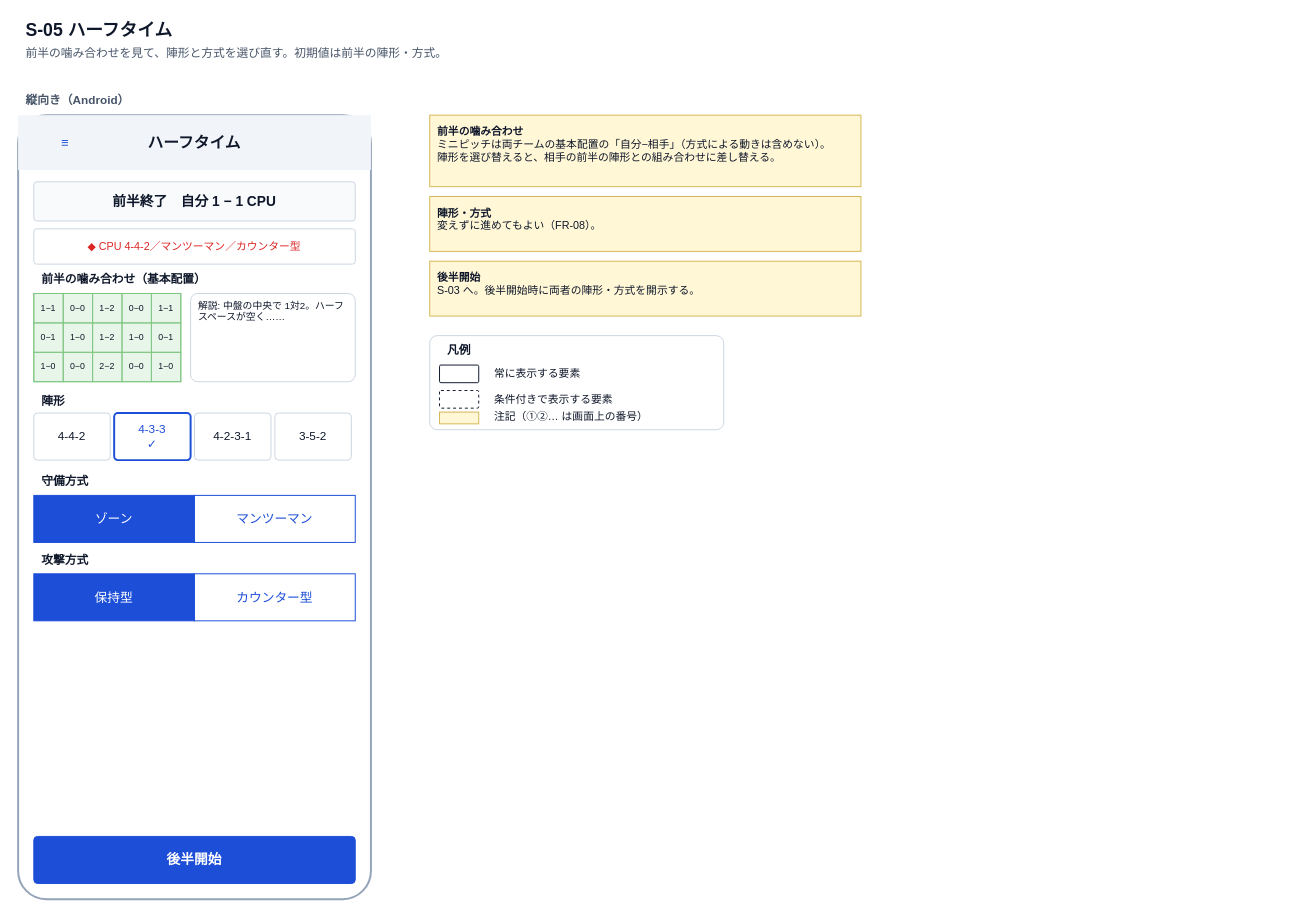
Before: page "wireframe-s05-halftime" (5 of 12) of docs/specs/2_basic-design/wireframes.drawio in n-yata/soccer-sim, a draw.io diagram. Source tidied: cells renumbered, new cells numbered last; positions are measured from the earlier drawing's top-left corner, leaving out a move shared by most shapes. Both pictures are drawn from the tidied source at 98%, with x=0, y=0 at pixel (18, 17).
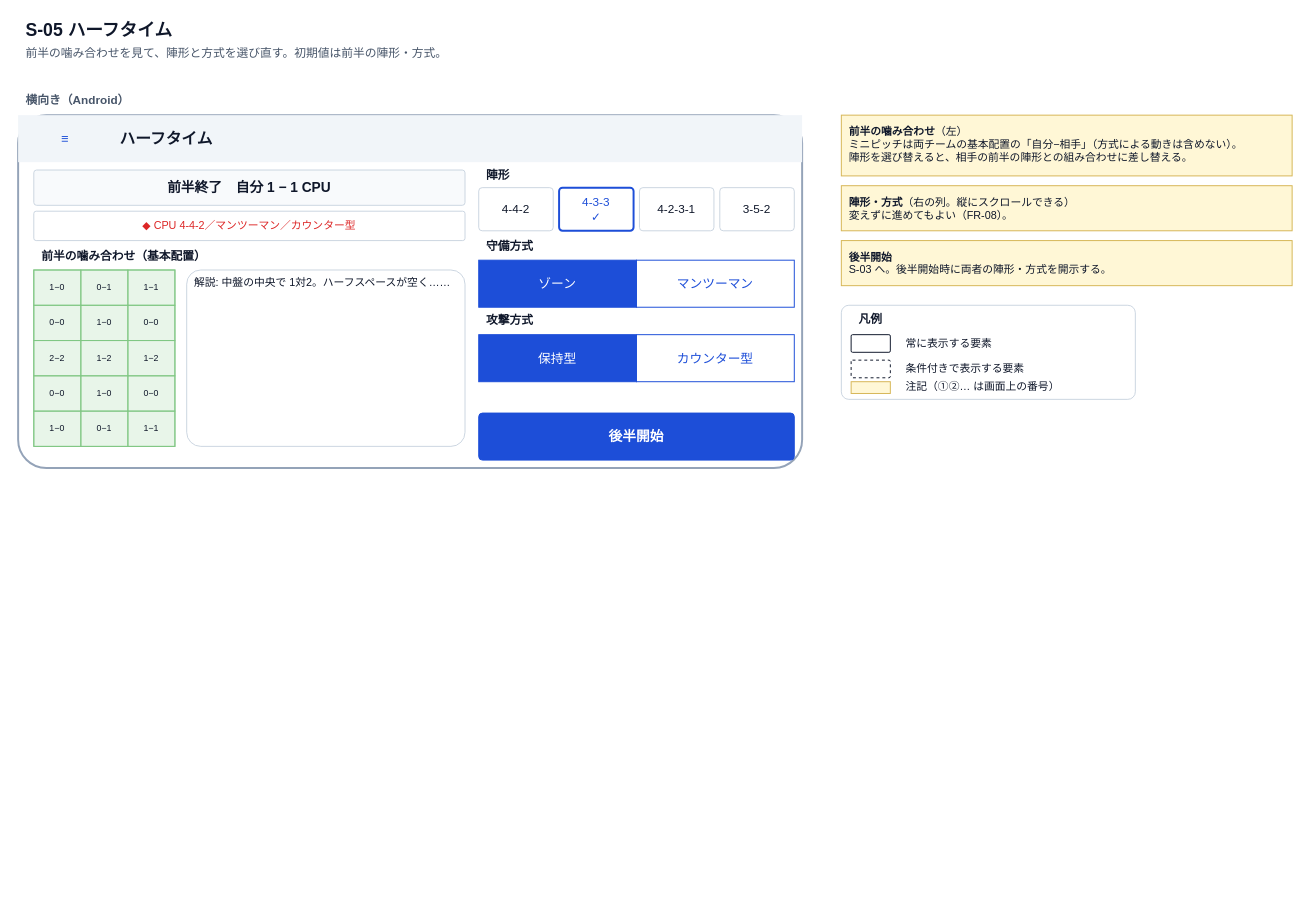
After the change.

Change to the diagram source:
```diff
@@
-    <mxCell id="4" value="縦向き（Android）" style="rounded=0;arcSize=8;whiteSpace=wrap;html=1;fillColor=none;strokeColor=none;fontSize=12;fontColor=#475569;align=left;verticalAlign=middle;spacingLeft=6;spacingRight=6;fontStyle=1;" parent="1" vertex="1">
-      <mxGeometry y="74" width="360" height="22" as="geometry" />
+    <mxCell id="4" value="横向き（Android）" style="rounded=0;arcSize=8;whiteSpace=wrap;html=1;fillColor=none;strokeColor=none;fontSize=12;fontColor=#475569;align=left;verticalAlign=middle;spacingLeft=6;spacingRight=6;fontStyle=1;" parent="1" vertex="1">
+      <mxGeometry y="74" width="800" height="22" as="geometry" />
     </mxCell>
     <mxCell id="5" style="rounded=1;arcSize=8;whiteSpace=wrap;html=1;fillColor=#FFFFFF;strokeColor=#94A3B8;fontSize=12;fontColor=#0F172A;align=center;verticalAlign=middle;spacingLeft=6;spacingRight=6;strokeWidth=2;" parent="1" vertex="1">
-      <mxGeometry y="100" width="360" height="800" as="geometry" />
+      <mxGeometry y="100" width="800" height="360" as="geometry" />
     </mxCell>
     <mxCell id="6" style="rounded=0;arcSize=8;whiteSpace=wrap;html=1;fillColor=#F1F5F9;strokeColor=none;fontSize=12;fontColor=#0F172A;align=center;verticalAlign=middle;spacingLeft=6;spacingRight=6;" parent="1" vertex="1">
-      <mxGeometry y="100" width="360" height="56" as="geometry" />
+      <mxGeometry y="100" width="800" height="48" as="geometry" />
     </mxCell>
     <mxCell id="7" value="≡" style="rounded=1;arcSize=8;whiteSpace=wrap;html=1;fillColor=none;strokeColor=none;fontSize=13;fontColor=#1D4ED8;align=center;verticalAlign=middle;spacingLeft=6;spacingRight=6;" parent="1" vertex="1">
-      <mxGeometry x="8" y="108" width="80" height="40" as="geometry" />
+      <mxGeometry x="8" y="104" width="80" height="40" as="geometry" />
     </mxCell>
-    <mxCell id="8" value="ハーフタイム" style="rounded=0;arcSize=8;whiteSpace=wrap;html=1;fillColor=none;strokeColor=none;fontSize=16;fontColor=#0F172A;align=center;verticalAlign=middle;spacingLeft=6;spacingRight=6;fontStyle=1;" parent="1" vertex="1">
-      <mxGeometry x="90" y="108" width="180" height="40" as="geometry" />
+    <mxCell id="8" value="ハーフタイム" style="rounded=0;arcSize=8;whiteSpace=wrap;html=1;fillColor=none;strokeColor=none;fontSize=16;fontColor=#0F172A;align=left;verticalAlign=middle;spacingLeft=6;spacingRight=6;fontStyle=1;" parent="1" vertex="1">
+      <mxGeometry x="96" y="104" width="400" height="40" as="geometry" />
     </mxCell>
     <mxCell id="9" value="&lt;b&gt;前半終了　自分 1 − 1 CPU&lt;/b&gt;" style="rounded=1;arcSize=8;whiteSpace=wrap;html=1;fillColor=#F8FAFC;strokeColor=#CBD5E1;fontSize=14;fontColor=#0F172A;align=center;verticalAlign=middle;spacingLeft=6;spacingRight=6;" parent="1" vertex="1">
-      <mxGeometry x="16" y="168" width="328" height="40" as="geometry" />
+      <mxGeometry x="16" y="156" width="440" height="36" as="geometry" />
     </mxCell>
     <mxCell id="10" value="&lt;span style='color:#DC2626'&gt;◆ CPU 4-4-2／マンツーマン／カウンター型&lt;/span&gt;" style="rounded=1;arcSize=8;whiteSpace=wrap;html=1;fillColor=#FFFFFF;strokeColor=#CBD5E1;fontSize=11;fontColor=#0F172A;align=center;verticalAlign=middle;spacingLeft=6;spacingRight=6;" parent="1" vertex="1">
-      <mxGeometry x="16" y="216" width="328" height="36" as="geometry" />
+      <mxGeometry x="16" y="198" width="440" height="30" as="geometry" />
     </mxCell>
     <mxCell id="11" value="前半の噛み合わせ（基本配置）" style="rounded=0;arcSize=8;whiteSpace=wrap;html=1;fillColor=none;strokeColor=none;fontSize=12;fontColor=#0F172A;align=left;verticalAlign=middle;spacingLeft=6;spacingRight=6;fontStyle=1;" parent="1" vertex="1">
-      <mxGeometry x="16" y="258" width="300" height="20" as="geometry" />
+      <mxGeometry x="16" y="234" width="300" height="20" as="geometry" />
     </mxCell>
     <mxCell id="12" style="rounded=0;arcSize=8;whiteSpace=wrap;html=1;fillColor=#E8F5E9;strokeColor=#81C784;fontSize=12;fontColor=#0F172A;align=center;verticalAlign=middle;spacingLeft=6;spacingRight=6;" parent="1" vertex="1">
-      <mxGeometry x="16" y="282" width="150" height="90" as="geometry" />
+      <mxGeometry x="16" y="258" width="144" height="180" as="geometry" />
     </mxCell>
-    <mxCell id="13" value="1−1" style="rounded=0;arcSize=8;whiteSpace=wrap;html=1;fillColor=none;strokeColor=#81C784;fontSize=9;fontColor=#0F172A;align=center;verticalAlign=middle;spacingLeft=6;spacingRight=6;" parent="1" vertex="1">
-      <mxGeometry x="16" y="282" width="30" height="30" as="geometry" />
+    <mxCell id="13" value="1−0" style="rounded=0;arcSize=8;whiteSpace=wrap;html=1;fillColor=none;strokeColor=#81C784;fontSize=9;fontColor=#0F172A;align=center;verticalAlign=middle;spacingLeft=6;spacingRight=6;" parent="1" vertex="1">
+      <mxGeometry x="16" y="258" width="48" height="36" as="geometry" />
     </mxCell>
     <mxCell id="14" value="0−0" style="rounded=0;arcSize=8;whiteSpace=wrap;html=1;fillColor=none;strokeColor=#81C784;fontSize=9;fontColor=#0F172A;align=center;verticalAlign=middle;spacingLeft=6;spacingRight=6;" parent="1" vertex="1">
-      <mxGeometry x="46" y="282" width="30" height="30" as="geometry" />
+      <mxGeometry x="16" y="294" width="48" height="36" as="geometry" />
     </mxCell>
-    <mxCell id="15" value="1−2" style="rounded=0;arcSize=8;whiteSpace=wrap;html=1;fillColor=none;strokeColor=#81C784;fontSize=9;fontColor=#0F172A;align=center;verticalAlign=middle;spacingLeft=6;spacingRight=6;" parent="1" vertex="1">
-      <mxGeometry x="76" y="282" width="30" height="30" as="geometry" />
+    <mxCell id="15" value="2−2" style="rounded=0;arcSize=8;whiteSpace=wrap;html=1;fillColor=none;strokeColor=#81C784;fontSize=9;fontColor=#0F172A;align=center;verticalAlign=middle;spacingLeft=6;spacingRight=6;" parent="1" vertex="1">
+      <mxGeometry x="16" y="330" width="48" height="36" as="geometry" />
     </mxCell>
     <mxCell id="16" value="0−0" style="rounded=0;arcSize=8;whiteSpace=wrap;html=1;fillColor=none;strokeColor=#81C784;fontSize=9;fontColor=#0F172A;align=center;verticalAlign=middle;spacingLeft=6;spacingRight=6;" parent="1" vertex="1">
-      <mxGeometry x="106" y="282" width="30" height="30" as="geometry" />
+      <mxGeometry x="16" y="366" width="48" height="36" as="geometry" />
     </mxCell>
-    <mxCell id="17" value="1−1" style="rounded=0;arcSize=8;whiteSpace=wrap;html=1;fillColor=none;strokeColor=#81C784;fontSize=9;fontColor=#0F172A;align=center;verticalAlign=middle;spacingLeft=6;spacingRight=6;" parent="1" vertex="1">
-      <mxGeometry x="136" y="282" width="30" height="30" as="geometry" />
+    <mxCell id="17" value="1−0" style="rounded=0;arcSize=8;whiteSpace=wrap;html=1;fillColor=none;strokeColor=#81C784;fontSize=9;fontColor=#0F172A;align=center;verticalAlign=middle;spacingLeft=6;spacingRight=6;" parent="1" vertex="1">
+      <mxGeometry x="16" y="402" width="48" height="36" as="geometry" />
     </mxCell>
     <mxCell id="18" value="0−1" style="rounded=0;arcSize=8;whiteSpace=wrap;html=1;fillColor=none;strokeColor=#81C784;fontSize=9;fontColor=#0F172A;align=center;verticalAlign=middle;spacingLeft=6;spacingRight=6;" parent="1" vertex="1">
-      <mxGeometry x="16" y="312" width="30" height="30" as="geometry" />
+      <mxGeometry x="64" y="258" width="48" height="36" as="geometry" />
     </mxCell>
     <mxCell id="19" value="1−0" style="rounded=0;arcSize=8;whiteSpace=wrap;html=1;fillColor=none;strokeColor=#81C784;fontSize=9;fontColor=#0F172A;align=center;verticalAlign=middle;spacingLeft=6;spacingRight=6;" parent="1" vertex="1">
-      <mxGeometry x="46" y="312" width="30" height="30" as="geometry" />
+      <mxGeometry x="64" y="294" width="48" height="36" as="geometry" />
     </mxCell>
     <mxCell id="20" value="1−2" style="rounded=0;arcSize=8;whiteSpace=wrap;html=1;fillColor=none;strokeColor=#81C784;fontSize=9;fontColor=#0F172A;align=center;verticalAlign=middle;spacingLeft=6;spacingRight=6;" parent="1" vertex="1">
-      <mxGeometry x="76" y="312" width="30" height="30" as="geometry" />
+      <mxGeometry x="64" y="330" width="48" height="36" as="geometry" />
     </mxCell>
     <mxCell id="21" value="1−0" style="rounded=0;arcSize=8;whiteSpace=wrap;html=1;fillColor=none;strokeColor=#81C784;fontSize=9;fontColor=#0F172A;align=center;verticalAlign=middle;spacingLeft=6;spacingRight=6;" parent="1" vertex="1">
-      <mxGeometry x="106" y="312" width="30" height="30" as="geometry" />
+      <mxGeometry x="64" y="366" width="48" height="36" as="geometry" />
     </mxCell>
     <mxCell id="22" value="0−1" style="rounded=0;arcSize=8;whiteSpace=wrap;html=1;fillColor=none;strokeColor=#81C784;fontSize=9;fontColor=#0F172A;align=center;verticalAlign=middle;spacingLeft=6;spacingRight=6;" parent="1" vertex="1">
-      <mxGeometry x="136" y="312" width="30" height="30" as="geometry" />
+      <mxGeometry x="64" y="402" width="48" height="36" as="geometry" />
     </mxCell>
-    <mxCell id="23" value="1−0" style="rounded=0;arcSize=8;whiteSpace=wrap;html=1;fillColor=none;strokeColor=#81C784;fontSize=9;fontColor=#0F172A;align=center;verticalAlign=middle;spacingLeft=6;spacingRight=6;" parent="1" vertex="1">
-      <mxGeometry x="16" y="342" width="30" height="30" as="geometry" />
+    <mxCell id="23" value="1−1" style="rounded=0;arcSize=8;whiteSpace=wrap;html=1;fillColor=none;strokeColor=#81C784;fontSize=9;fontColor=#0F172A;align=center;verticalAlign=middle;spacingLeft=6;spacingRight=6;" parent="1" vertex="1">
+      <mxGeometry x="112" y="258" width="48" height="36" as="geometry" />
     </mxCell>
     <mxCell id="24" value="0−0" style="rounded=0;arcSize=8;whiteSpace=wrap;html=1;fillColor=none;strokeColor=#81C784;fontSize=9;fontColor=#0F172A;align=center;verticalAlign=middle;spacingLeft=6;spacingRight=6;" parent="1" vertex="1">
-      <mxGeometry x="46" y="342" width="30" height="30" as="geometry" />
+      <mxGeometry x="112" y="294" width="48" height="36" as="geometry" />
     </mxCell>
-    <mxCell id="25" value="2−2" style="rounded=0;arcSize=8;whiteSpace=wrap;html=1;fillColor=none;strokeColor=#81C784;fontSize=9;fontColor=#0F172A;align=center;verticalAlign=middle;spacingLeft=6;spacingRight=6;" parent="1" vertex="1">
-      <mxGeometry x="76" y="342" width="30" height="30" as="geometry" />
+    <mxCell id="25" value="1−2" style="rounded=0;arcSize=8;whiteSpace=wrap;html=1;fillColor=none;strokeColor=#81C784;fontSize=9;fontColor=#0F172A;align=center;verticalAlign=middle;spacingLeft=6;spacingRight=6;" parent="1" vertex="1">
+      <mxGeometry x="112" y="330" width="48" height="36" as="geometry" />
     </mxCell>
     <mxCell id="26" value="0−0" style="rounded=0;arcSize=8;whiteSpace=wrap;html=1;fillColor=none;strokeColor=#81C784;fontSize=9;fontColor=#0F172A;align=center;verticalAlign=middle;spacingLeft=6;spacingRight=6;" parent="1" vertex="1">
-      <mxGeometry x="106" y="342" width="30" height="30" as="geometry" />
+      <mxGeometry x="112" y="366" width="48" height="36" as="geometry" />
     </mxCell>
-    <mxCell id="27" value="1−0" style="rounded=0;arcSize=8;whiteSpace=wrap;html=1;fillColor=none;strokeColor=#81C784;fontSize=9;fontColor=#0F172A;align=center;verticalAlign=middle;spacingLeft=6;spacingRight=6;" parent="1" vertex="1">
-      <mxGeometry x="136" y="342" width="30" height="30" as="geometry" />
+    <mxCell id="27" value="1−1" style="rounded=0;arcSize=8;whiteSpace=wrap;html=1;fillColor=none;strokeColor=#81C784;fontSize=9;fontColor=#0F172A;align=center;verticalAlign=middle;spacingLeft=6;spacingRight=6;" parent="1" vertex="1">
+      <mxGeometry x="112" y="402" width="48" height="36" as="geometry" />
     </mxCell>
-    <mxCell id="28" value="解説: 中盤の中央で 1対2。ハーフスペースが空く……" style="rounded=1;arcSize=8;whiteSpace=wrap;html=1;fillColor=#FFFFFF;strokeColor=#CBD5E1;fontSize=10;fontColor=#0F172A;align=left;verticalAlign=top;spacingLeft=6;spacingRight=6;" parent="1" vertex="1">
-      <mxGeometry x="176" y="282" width="168" height="90" as="geometry" />
+    <mxCell id="28" value="解説: 中盤の中央で 1対2。ハーフスペースが空く……" style="rounded=1;arcSize=8;whiteSpace=wrap;html=1;fillColor=#FFFFFF;strokeColor=#CBD5E1;fontSize=11;fontColor=#0F172A;align=left;verticalAlign=top;spacingLeft=6;spacingRight=6;" parent="1" vertex="1">
+      <mxGeometry x="172" y="258" width="284" height="180" as="geometry" />
     </mxCell>
     <mxCell id="29" value="陣形" style="rounded=0;arcSize=8;whiteSpace=wrap;html=1;fillColor=none;strokeColor=none;fontSize=12;fontColor=#0F172A;align=left;verticalAlign=middle;spacingLeft=6;spacingRight=6;fontStyle=1;" parent="1" vertex="1">
-      <mxGeometry x="16" y="382" width="200" height="20" as="geometry" />
+      <mxGeometry x="470" y="152" width="200" height="20" as="geometry" />
     </mxCell>
     <mxCell id="30" value="4-4-2" style="rounded=1;arcSize=8;whiteSpace=wrap;html=1;fillColor=#FFFFFF;strokeColor=#CBD5E1;fontSize=12;fontColor=#0F172A;align=center;verticalAlign=middle;spacingLeft=6;spacingRight=6;" parent="1" vertex="1">
-      <mxGeometry x="16" y="404" width="78" height="48" as="geometry" />
+      <mxGeometry x="470" y="174" width="76" height="44" as="geometry" />
     </mxCell>
     <mxCell id="31" value="4-3-3&lt;br&gt;✓" style="rounded=1;arcSize=8;whiteSpace=wrap;html=1;fillColor=#FFFFFF;strokeColor=#1D4ED8;fontSize=12;fontColor=#1D4ED8;align=center;verticalAlign=middle;spacingLeft=6;spacingRight=6;strokeWidth=2;" parent="1" vertex="1">
-      <mxGeometry x="98" y="404" width="78" height="48" as="geometry" />
+      <mxGeometry x="552" y="174" width="76" height="44" as="geometry" />
     </mxCell>
     <mxCell id="32" value="4-2-3-1" style="rounded=1;arcSize=8;whiteSpace=wrap;html=1;fillColor=#FFFFFF;strokeColor=#CBD5E1;fontSize=12;fontColor=#0F172A;align=center;verticalAlign=middle;spacingLeft=6;spacingRight=6;" parent="1" vertex="1">
-      <mxGeometry x="180" y="404" width="78" height="48" as="geometry" />
+      <mxGeometry x="634" y="174" width="76" height="44" as="geometry" />
     </mxCell>
     <mxCell id="33" value="3-5-2" style="rounded=1;arcSize=8;whiteSpace=wrap;html=1;fillColor=#FFFFFF;strokeColor=#CBD5E1;fontSize=12;fontColor=#0F172A;align=center;verticalAlign=middle;spacingLeft=6;spacingRight=6;" parent="1" vertex="1">
-      <mxGeometry x="262" y="404" width="78" height="48" as="geometry" />
+      <mxGeometry x="716" y="174" width="76" height="44" as="geometry" />
     </mxCell>
     <mxCell id="34" value="守備方式" style="rounded=0;arcSize=8;whiteSpace=wrap;html=1;fillColor=none;strokeColor=none;fontSize=12;fontColor=#0F172A;align=left;verticalAlign=middle;spacingLeft=6;spacingRight=6;fontStyle=1;" parent="1" vertex="1">
-      <mxGeometry x="16" y="464" width="328" height="20" as="geometry" />
+      <mxGeometry x="470" y="224" width="322" height="20" as="geometry" />
     </mxCell>
     <mxCell id="35" value="ゾーン" style="rounded=0;arcSize=8;whiteSpace=wrap;html=1;fillColor=#1D4ED8;strokeColor=#1D4ED8;fontSize=13;fontColor=#FFFFFF;align=center;verticalAlign=middle;spacingLeft=6;spacingRight=6;" parent="1" vertex="1">
-      <mxGeometry x="16" y="488" width="164" height="48" as="geometry" />
+      <mxGeometry x="470" y="248" width="161" height="48" as="geometry" />
     </mxCell>
     <mxCell id="36" value="マンツーマン" style="rounded=0;arcSize=8;whiteSpace=wrap;html=1;fillColor=#FFFFFF;strokeColor=#1D4ED8;fontSize=13;fontColor=#1D4ED8;align=center;verticalAlign=middle;spacingLeft=6;spacingRight=6;" parent="1" vertex="1">
-      <mxGeometry x="180" y="488" width="164" height="48" as="geometry" />
+      <mxGeometry x="631" y="248" width="161" height="48" as="geometry" />
     </mxCell>
     <mxCell id="37" value="攻撃方式" style="rounded=0;arcSize=8;whiteSpace=wrap;html=1;fillColor=none;strokeColor=none;fontSize=12;fontColor=#0F172A;align=left;verticalAlign=middle;spacingLeft=6;spacingRight=6;fontStyle=1;" parent="1" vertex="1">
-      <mxGeometry x="16" y="544" width="328" height="20" as="geometry" />
+      <mxGeometry x="470" y="300" width="322" height="20" as="geometry" />
     </mxCell>
     <mxCell id="38" value="保持型" style="rounded=0;arcSize=8;whiteSpace=wrap;html=1;fillColor=#1D4ED8;strokeColor=#1D4ED8;fontSize=13;fontColor=#FFFFFF;align=center;verticalAlign=middle;spacingLeft=6;spacingRight=6;" parent="1" vertex="1">
-      <mxGeometry x="16" y="568" width="164" height="48" as="geometry" />
+      <mxGeometry x="470" y="324" width="161" height="48" as="geometry" />
     </mxCell>
     <mxCell id="39" value="カウンター型" style="rounded=0;arcSize=8;whiteSpace=wrap;html=1;fillColor=#FFFFFF;strokeColor=#1D4ED8;fontSize=13;fontColor=#1D4ED8;align=center;verticalAlign=middle;spacingLeft=6;spacingRight=6;" parent="1" vertex="1">
-      <mxGeometry x="180" y="568" width="164" height="48" as="geometry" />
+      <mxGeometry x="631" y="324" width="161" height="48" as="geometry" />
     </mxCell>
     <mxCell id="40" value="後半開始" style="rounded=1;arcSize=8;whiteSpace=wrap;html=1;fillColor=#1D4ED8;strokeColor=#1D4ED8;fontSize=14;fontColor=#FFFFFF;align=center;verticalAlign=middle;spacingLeft=6;spacingRight=6;fontStyle=1;" parent="1" vertex="1">
-      <mxGeometry x="16" y="836" width="328" height="48" as="geometry" />
+      <mxGeometry x="470" y="404" width="322" height="48" as="geometry" />
     </mxCell>
-    <mxCell id="41" value="&lt;b&gt;前半の噛み合わせ&lt;/b&gt;&lt;br&gt;ミニピッチは両チームの基本配置の「自分−相手」（方式による動きは含めない）。&lt;br&gt;陣形を選び替えると、相手の前半の陣形との組み合わせに差し替える。" style="rounded=0;arcSize=8;whiteSpace=wrap;html=1;fillColor=#FFF7D6;strokeColor=#D6B656;fontSize=11;fontColor=#0F172A;align=left;verticalAlign=top;spacingLeft=6;spacingRight=6;spacingTop=4;" parent="1" vertex="1">
-      <mxGeometry x="420" y="100" width="440" height="73" as="geometry" />
+    <mxCell id="41" value="&lt;b&gt;前半の噛み合わせ&lt;/b&gt;（左）&lt;br&gt;ミニピッチは両チームの基本配置の「自分−相手」（方式による動きは含めない）。&lt;br&gt;陣形を選び替えると、相手の前半の陣形との組み合わせに差し替える。" style="rounded=0;arcSize=8;whiteSpace=wrap;html=1;fillColor=#FFF7D6;strokeColor=#D6B656;fontSize=11;fontColor=#0F172A;align=left;verticalAlign=top;spacingLeft=6;spacingRight=6;spacingTop=4;" parent="1" vertex="1">
+      <mxGeometry x="840" y="100" width="460" height="62" as="geometry" />
     </mxCell>
-    <mxCell id="42" value="&lt;b&gt;陣形・方式&lt;/b&gt;&lt;br&gt;変えずに進めてもよい（FR-08）。" style="rounded=0;arcSize=8;whiteSpace=wrap;html=1;fillColor=#FFF7D6;strokeColor=#D6B656;fontSize=11;fontColor=#0F172A;align=left;verticalAlign=top;spacingLeft=6;spacingRight=6;spacingTop=4;" parent="1" vertex="1">
-      <mxGeometry x="420" y="183" width="440" height="56" as="geometry" />
+    <mxCell id="42" value="&lt;b&gt;陣形・方式&lt;/b&gt;（右の列。縦にスクロールできる）&lt;br&gt;変えずに進めてもよい（FR-08）。" style="rounded=0;arcSize=8;whiteSpace=wrap;html=1;fillColor=#FFF7D6;strokeColor=#D6B656;fontSize=11;fontColor=#0F172A;align=left;verticalAlign=top;spacingLeft=6;spacingRight=6;spacingTop=4;" parent="1" vertex="1">
+      <mxGeometry x="840" y="172" width="460" height="46" as="geometry" />
     </mxCell>
     <mxCell id="43" value="&lt;b&gt;後半開始&lt;/b&gt;&lt;br&gt;S-03 へ。後半開始時に両者の陣形・方式を開示する。" style="rounded=0;arcSize=8;whiteSpace=wrap;html=1;fillColor=#FFF7D6;strokeColor=#D6B656;fontSize=11;fontColor=#0F172A;align=left;verticalAlign=top;spacingLeft=6;spacingRight=6;spacingTop=4;" parent="1" vertex="1">
-      <mxGeometry x="420" y="249" width="440" height="56" as="geometry" />
+      <mxGeometry x="840" y="228" width="460" height="46" as="geometry" />
     </mxCell>
     <mxCell id="44" style="rounded=1;arcSize=8;whiteSpace=wrap;html=1;fillColor=#FFFFFF;strokeColor=#CBD5E1;fontSize=12;fontColor=#0F172A;align=center;verticalAlign=middle;spacingLeft=6;spacingRight=6;" parent="1" vertex="1">
-      <mxGeometry x="420" y="325" width="300" height="96" as="geometry" />
+      <mxGeometry x="840" y="294" width="300" height="96" as="geometry" />
     </mxCell>
     <mxCell id="45" value="凡例" style="rounded=0;arcSize=8;whiteSpace=wrap;html=1;fillColor=none;strokeColor=none;fontSize=12;fontColor=#0F172A;align=left;verticalAlign=middle;spacingLeft=6;spacingRight=6;fontStyle=1;" parent="1" vertex="1">
-      <mxGeometry x="430" y="331" width="280" height="18" as="geometry" />
+      <mxGeometry x="850" y="300" width="280" height="18" as="geometry" />
     </mxCell>
     <mxCell id="46" style="rounded=1;arcSize=8;whiteSpace=wrap;html=1;fillColor=#FFFFFF;strokeColor=#0F172A;fontSize=12;fontColor=#0F172A;align=center;verticalAlign=middle;spacingLeft=6;spacingRight=6;" parent="1" vertex="1">
-      <mxGeometry x="430" y="355" width="40" height="18" as="geometry" />
+      <mxGeometry x="850" y="324" width="40" height="18" as="geometry" />
     </mxCell>
     <mxCell id="47" value="常に表示する要素" style="rounded=0;arcSize=8;whiteSpace=wrap;html=1;fillColor=none;strokeColor=none;fontSize=11;fontColor=#0F172A;align=left;verticalAlign=middle;spacingLeft=6;spacingRight=6;" parent="1" vertex="1">
-      <mxGeometry x="478" y="355" width="230" height="18" as="geometry" />
+      <mxGeometry x="898" y="324" width="230" height="18" as="geometry" />
     </mxCell>
     <mxCell id="48" style="rounded=1;arcSize=8;whiteSpace=wrap;html=1;fillColor=#FFFFFF;strokeColor=#0F172A;fontSize=12;fontColor=#0F172A;align=center;verticalAlign=middle;spacingLeft=6;spacingRight=6;dashed=1;" parent="1" vertex="1">
-      <mxGeometry x="430" y="381" width="40" height="18" as="geometry" />
+      <mxGeometry x="850" y="350" width="40" height="18" as="geometry" />
     </mxCell>
     <mxCell id="49" value="条件付きで表示する要素" style="rounded=0;arcSize=8;whiteSpace=wrap;html=1;fillColor=none;strokeColor=none;fontSize=11;fontColor=#0F172A;align=left;verticalAlign=middle;spacingLeft=6;spacingRight=6;" parent="1" vertex="1">
-      <mxGeometry x="478" y="381" width="230" height="18" as="geometry" />
+      <mxGeometry x="898" y="350" width="230" height="18" as="geometry" />
     </mxCell>
     <mxCell id="50" style="rounded=0;arcSize=8;whiteSpace=wrap;html=1;fillColor=#FFF7D6;strokeColor=#D6B656;fontSize=12;fontColor=#0F172A;align=center;verticalAlign=middle;spacingLeft=6;spacingRight=6;" parent="1" vertex="1">
-      <mxGeometry x="430" y="403" width="40" height="12" as="geometry" />
+      <mxGeometry x="850" y="372" width="40" height="12" as="geometry" />
     </mxCell>
     <mxCell id="51" value="注記（①②… は画面上の番号）" style="rounded=0;arcSize=8;whiteSpace=wrap;html=1;fillColor=none;strokeColor=none;fontSize=11;fontColor=#0F172A;align=left;verticalAlign=middle;spacingLeft=6;spacingRight=6;" parent="1" vertex="1">
-      <mxGeometry x="478" y="399" width="230" height="18" as="geometry" />
+      <mxGeometry x="898" y="368" width="230" height="18" as="geometry" />
     </mxCell>
```
